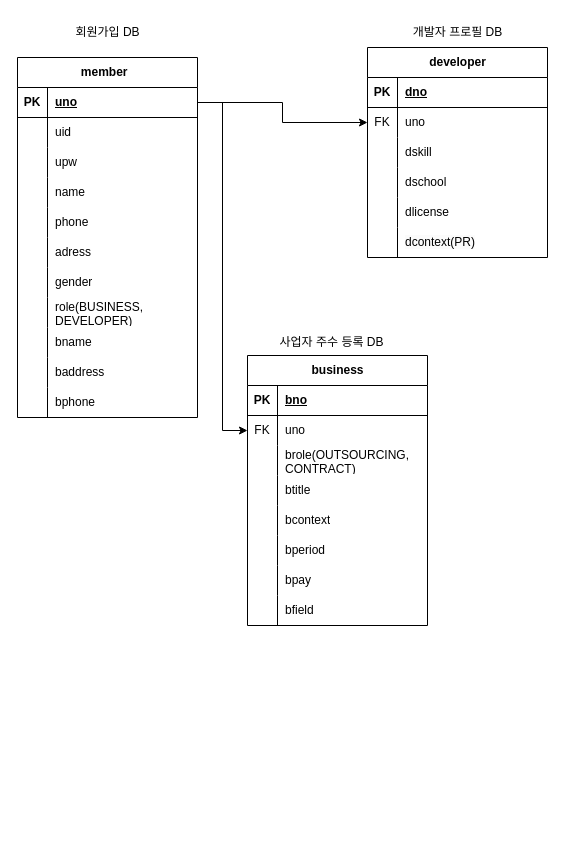
This is test.drawio from Heyjune3/ARCHITECTURE, a draw.io file, before an edit. Source tidied: cells renumbered, new cells numbered last; positions are measured from the earlier drawing's top-left corner, leaving out a move shared by most shapes. Both pictures are drawn from the tidied source at 100%, with x=0, y=0 at pixel (17, 17).
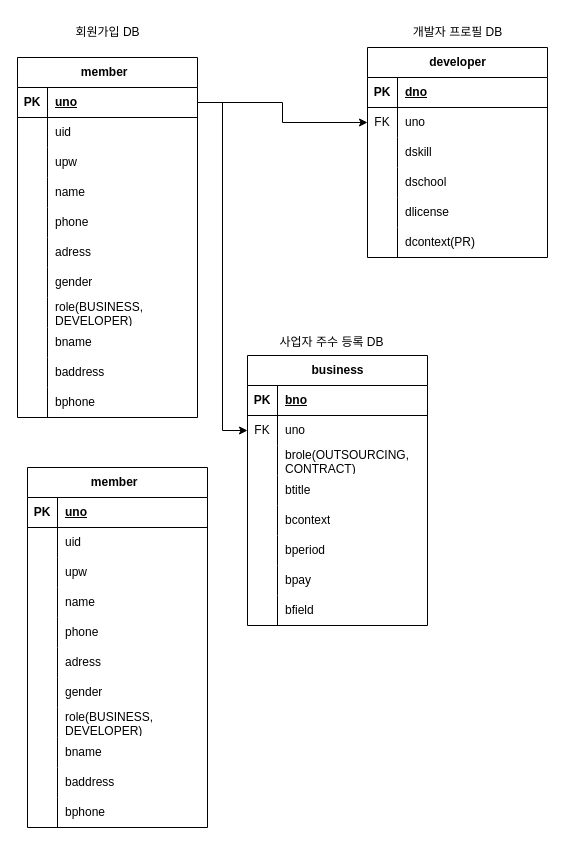
The same page after the edit.

Commit message:
테스트 커밋

The edit, as a diff of the source:
```diff
@@
+    <mxCell id="85" value="member&lt;span style=&quot;white-space: pre;&quot;&gt;&#9;&lt;br&gt;&lt;/span&gt;" style="shape=table;startSize=30;childLayout=tableLayout;rowLines=0;fontStyle=1;align=center;html=1;" parent="1" vertex="1">
+      <mxGeometry x="10" y="450" width="180" height="360" as="geometry" />
+    </mxCell>
+    <mxCell id="86" style="shape=tableRow;horizontal=0;startSize=0;swimlaneHead=0;swimlaneBody=0;fillColor=none;top=0;left=0;right=0;bottom=1;" parent="85" vertex="1">
+      <mxGeometry y="30" width="180" height="30" as="geometry" />
+    </mxCell>
+    <mxCell id="87" value="PK" style="shape=partialRectangle;fillColor=none;top=0;left=0;bottom=0;right=0;fontStyle=1;overflow=hidden;whiteSpace=wrap;html=1;" parent="86" vertex="1">
+      <mxGeometry width="30" height="30" as="geometry" />
+    </mxCell>
+    <mxCell id="88" value="uno" style="shape=partialRectangle;fillColor=none;top=0;left=0;bottom=0;right=0;align=left;spacingLeft=6;fontStyle=5;overflow=hidden;whiteSpace=wrap;html=1;" parent="86" vertex="1">
+      <mxGeometry x="30" width="150" height="30" as="geometry" />
+    </mxCell>
+    <mxCell id="89" style="shape=tableRow;horizontal=0;startSize=0;swimlaneHead=0;swimlaneBody=0;fillColor=none;top=0;left=0;right=0;bottom=0;" parent="85" vertex="1">
+      <mxGeometry y="60" width="180" height="30" as="geometry" />
+    </mxCell>
+    <mxCell id="90" style="shape=partialRectangle;fillColor=none;top=0;left=0;bottom=0;right=0;overflow=hidden;whiteSpace=wrap;html=1;" parent="89" vertex="1">
+      <mxGeometry width="30" height="30" as="geometry" />
+    </mxCell>
+    <mxCell id="91" value="uid" style="shape=partialRectangle;fillColor=none;top=0;left=0;bottom=0;right=0;align=left;spacingLeft=6;overflow=hidden;whiteSpace=wrap;html=1;" parent="89" vertex="1">
+      <mxGeometry x="30" width="150" height="30" as="geometry" />
+    </mxCell>
+    <mxCell id="92" style="shape=tableRow;horizontal=0;startSize=0;swimlaneHead=0;swimlaneBody=0;fillColor=none;top=0;left=0;right=0;bottom=0;" parent="85" vertex="1">
+      <mxGeometry y="90" width="180" height="30" as="geometry" />
+    </mxCell>
+    <mxCell id="93" style="shape=partialRectangle;fillColor=none;top=0;left=0;bottom=0;right=0;overflow=hidden;whiteSpace=wrap;html=1;" parent="92" vertex="1">
+      <mxGeometry width="30" height="30" as="geometry" />
+    </mxCell>
+    <mxCell id="94" value="upw" style="shape=partialRectangle;fillColor=none;top=0;left=0;bottom=0;right=0;align=left;spacingLeft=6;overflow=hidden;whiteSpace=wrap;html=1;" parent="92" vertex="1">
+      <mxGeometry x="30" width="150" height="30" as="geometry" />
+    </mxCell>
+    <mxCell id="95" style="shape=tableRow;horizontal=0;startSize=0;swimlaneHead=0;swimlaneBody=0;fillColor=none;top=0;left=0;right=0;bottom=0;" parent="85" vertex="1">
+      <mxGeometry y="120" width="180" height="30" as="geometry" />
+    </mxCell>
+    <mxCell id="96" style="shape=partialRectangle;fillColor=none;top=0;left=0;bottom=0;right=0;overflow=hidden;whiteSpace=wrap;html=1;" parent="95" vertex="1">
+      <mxGeometry width="30" height="30" as="geometry" />
+    </mxCell>
+    <mxCell id="97" value="name" style="shape=partialRectangle;fillColor=none;top=0;left=0;bottom=0;right=0;align=left;spacingLeft=6;overflow=hidden;whiteSpace=wrap;html=1;" parent="95" vertex="1">
+      <mxGeometry x="30" width="150" height="30" as="geometry" />
+    </mxCell>
+    <mxCell id="98" style="shape=tableRow;horizontal=0;startSize=0;swimlaneHead=0;swimlaneBody=0;fillColor=none;top=0;left=0;right=0;bottom=0;" parent="85" vertex="1">
+      <mxGeometry y="150" width="180" height="30" as="geometry" />
+    </mxCell>
+    <mxCell id="99" style="shape=partialRectangle;fillColor=none;top=0;left=0;bottom=0;right=0;overflow=hidden;whiteSpace=wrap;html=1;" parent="98" vertex="1">
+      <mxGeometry width="30" height="30" as="geometry" />
+    </mxCell>
+    <mxCell id="100" value="phone" style="shape=partialRectangle;fillColor=none;top=0;left=0;bottom=0;right=0;align=left;spacingLeft=6;overflow=hidden;whiteSpace=wrap;html=1;" parent="98" vertex="1">
+      <mxGeometry x="30" width="150" height="30" as="geometry" />
+    </mxCell>
+    <mxCell id="101" style="shape=tableRow;horizontal=0;startSize=0;swimlaneHead=0;swimlaneBody=0;fillColor=none;top=0;left=0;right=0;bottom=0;" parent="85" vertex="1">
+      <mxGeometry y="180" width="180" height="30" as="geometry" />
+    </mxCell>
+    <mxCell id="102" style="shape=partialRectangle;fillColor=none;top=0;left=0;bottom=0;right=0;overflow=hidden;whiteSpace=wrap;html=1;" parent="101" vertex="1">
+      <mxGeometry width="30" height="30" as="geometry" />
+    </mxCell>
+    <mxCell id="103" value="adress" style="shape=partialRectangle;fillColor=none;top=0;left=0;bottom=0;right=0;align=left;spacingLeft=6;overflow=hidden;whiteSpace=wrap;html=1;" parent="101" vertex="1">
+      <mxGeometry x="30" width="150" height="30" as="geometry" />
+    </mxCell>
+    <mxCell id="104" style="shape=tableRow;horizontal=0;startSize=0;swimlaneHead=0;swimlaneBody=0;fillColor=none;top=0;left=0;right=0;bottom=0;" parent="85" vertex="1">
+      <mxGeometry y="210" width="180" height="30" as="geometry" />
+    </mxCell>
+    <mxCell id="105" style="shape=partialRectangle;fillColor=none;top=0;left=0;bottom=0;right=0;overflow=hidden;whiteSpace=wrap;html=1;" parent="104" vertex="1">
+      <mxGeometry width="30" height="30" as="geometry" />
+    </mxCell>
+    <mxCell id="106" value="gender" style="shape=partialRectangle;fillColor=none;top=0;left=0;bottom=0;right=0;align=left;spacingLeft=6;overflow=hidden;whiteSpace=wrap;html=1;" parent="104" vertex="1">
+      <mxGeometry x="30" width="150" height="30" as="geometry" />
+    </mxCell>
+    <mxCell id="107" style="shape=tableRow;horizontal=0;startSize=0;swimlaneHead=0;swimlaneBody=0;fillColor=none;top=0;left=0;right=0;bottom=0;" parent="85" vertex="1">
+      <mxGeometry y="240" width="180" height="30" as="geometry" />
+    </mxCell>
+    <mxCell id="108" style="shape=partialRectangle;fillColor=none;top=0;left=0;bottom=0;right=0;overflow=hidden;whiteSpace=wrap;html=1;" parent="107" vertex="1">
+      <mxGeometry width="30" height="30" as="geometry" />
+    </mxCell>
+    <mxCell id="109" value="role(BUSINESS, DEVELOPER)" style="shape=partialRectangle;fillColor=none;top=0;left=0;bottom=0;right=0;align=left;spacingLeft=6;overflow=hidden;whiteSpace=wrap;html=1;" parent="107" vertex="1">
+      <mxGeometry x="30" width="150" height="30" as="geometry" />
+    </mxCell>
+    <mxCell id="110" style="shape=tableRow;horizontal=0;startSize=0;swimlaneHead=0;swimlaneBody=0;fillColor=none;top=0;left=0;right=0;bottom=0;" parent="85" vertex="1">
+      <mxGeometry y="270" width="180" height="30" as="geometry" />
+    </mxCell>
+    <mxCell id="111" style="shape=partialRectangle;fillColor=none;top=0;left=0;bottom=0;right=0;overflow=hidden;whiteSpace=wrap;html=1;" parent="110" vertex="1">
+      <mxGeometry width="30" height="30" as="geometry" />
+    </mxCell>
+    <mxCell id="112" value="bname" style="shape=partialRectangle;fillColor=none;top=0;left=0;bottom=0;right=0;align=left;spacingLeft=6;overflow=hidden;whiteSpace=wrap;html=1;" parent="110" vertex="1">
+      <mxGeometry x="30" width="150" height="30" as="geometry" />
+    </mxCell>
+    <mxCell id="113" style="shape=tableRow;horizontal=0;startSize=0;swimlaneHead=0;swimlaneBody=0;fillColor=none;top=0;left=0;right=0;bottom=0;" parent="85" vertex="1">
+      <mxGeometry y="300" width="180" height="30" as="geometry" />
+    </mxCell>
+    <mxCell id="114" style="shape=partialRectangle;fillColor=none;top=0;left=0;bottom=0;right=0;overflow=hidden;whiteSpace=wrap;html=1;" parent="113" vertex="1">
+      <mxGeometry width="30" height="30" as="geometry" />
+    </mxCell>
+    <mxCell id="115" value="baddress" style="shape=partialRectangle;fillColor=none;top=0;left=0;bottom=0;right=0;align=left;spacingLeft=6;overflow=hidden;whiteSpace=wrap;html=1;" parent="113" vertex="1">
+      <mxGeometry x="30" width="150" height="30" as="geometry" />
+    </mxCell>
+    <mxCell id="116" style="shape=tableRow;horizontal=0;startSize=0;swimlaneHead=0;swimlaneBody=0;fillColor=none;top=0;left=0;right=0;bottom=0;" parent="85" vertex="1">
+      <mxGeometry y="330" width="180" height="30" as="geometry" />
+    </mxCell>
+    <mxCell id="117" style="shape=partialRectangle;fillColor=none;top=0;left=0;bottom=0;right=0;overflow=hidden;whiteSpace=wrap;html=1;" parent="116" vertex="1">
+      <mxGeometry width="30" height="30" as="geometry" />
+    </mxCell>
+    <mxCell id="118" value="bphone" style="shape=partialRectangle;fillColor=none;top=0;left=0;bottom=0;right=0;align=left;spacingLeft=6;overflow=hidden;whiteSpace=wrap;html=1;" parent="116" vertex="1">
+      <mxGeometry x="30" width="150" height="30" as="geometry" />
+    </mxCell>
```
